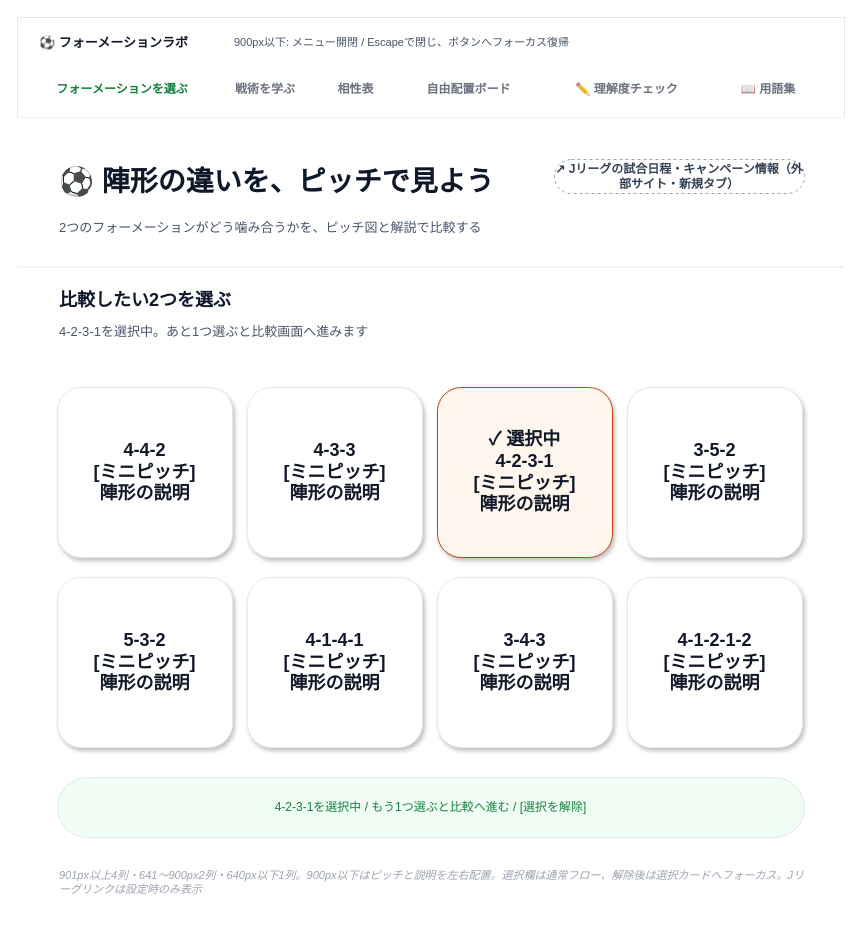
n-yata/soccer-sim keeps this draw.io diagram as page "wireframe-formation-list" (1 of 8) of docs/specs/2_basic-design/wireframes.drawio. Above is the earlier version. Source tidied: cells renumbered, new cells numbered last; positions are measured from the earlier drawing's top-left corner, leaving out a move shared by most shapes. Both pictures are drawn from the tidied source at 100%, with x=0, y=0 at pixel (17, 17).
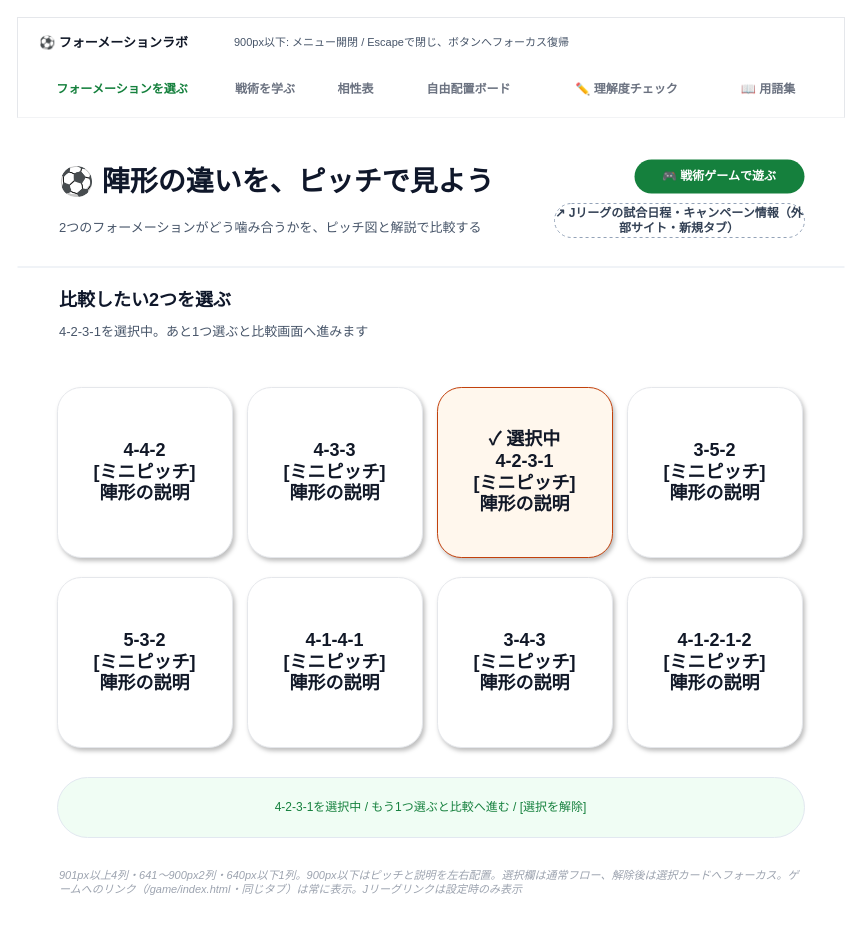
Above is the later version.

Diff of the diagram source:
```diff
@@
+    <mxCell id="28" value="🎮 戦術ゲームで遊ぶ" style="rounded=1;arcSize=50;whiteSpace=wrap;html=1;fillColor=#15803D;strokeColor=none;fontSize=12;fontStyle=1;fontColor=#FFFFFF;" parent="1" vertex="1">
+      <mxGeometry x="617" y="142" width="170" height="34" as="geometry" />
+    </mxCell>
     <mxCell id="14" value="↗ Jリーグの試合日程・キャンペーン情報（外部サイト・新規タブ）" style="rounded=1;arcSize=50;whiteSpace=wrap;html=1;fillColor=none;strokeColor=#94A3B8;dashed=1;fontSize=12;fontStyle=1;fontColor=#334155;" parent="1" vertex="1">
-      <mxGeometry x="537" y="142" width="250" height="34" as="geometry" />
+      <mxGeometry x="537" y="186" width="250" height="34" as="geometry" />
     </mxCell>
@@
-    <mxCell id="26" value="901px以上4列・641〜900px2列・640px以下1列。900px以下はピッチと説明を左右配置。選択欄は通常フロー、解除後は選択カードへフォーカス。Jリーグリンクは設定時のみ表示" style="text;html=1;fontSize=11;align=left;verticalAlign=middle;fontColor=#9CA3AF;fontStyle=2;whiteSpace=wrap;" parent="1" vertex="1">
+    <mxCell id="26" value="901px以上4列・641〜900px2列・640px以下1列。900px以下はピッチと説明を左右配置。選択欄は通常フロー、解除後は選択カードへフォーカス。ゲームへのリンク（/game/index.html・同じタブ）は常に表示。Jリーグリンクは設定時のみ表示" style="text;html=1;fontSize=11;align=left;verticalAlign=middle;fontColor=#9CA3AF;fontStyle=2;whiteSpace=wrap;" parent="1" vertex="1">
       <mxGeometry x="40" y="835" width="747" height="60" as="geometry" />
     </mxCell>
```
